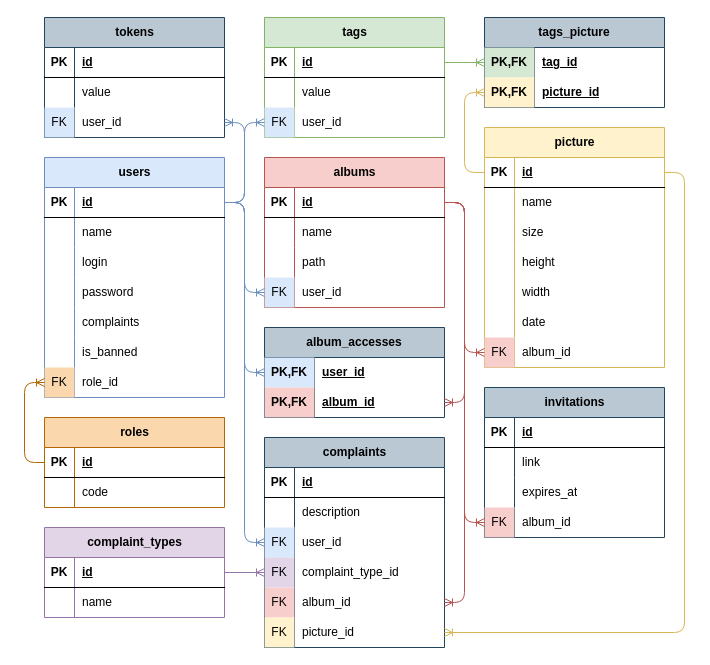
The draw.io diagram page "Логич" (2 of 4) of docs/Модели БД.drawio in savayaqu/course-project-4, before the edit. Source tidied: cells renumbered, new cells numbered last; positions are measured from the earlier drawing's top-left corner, leaving out a move shared by most shapes. Both pictures are drawn from the tidied source at 100%, with x=0, y=0 at pixel (24, 17).
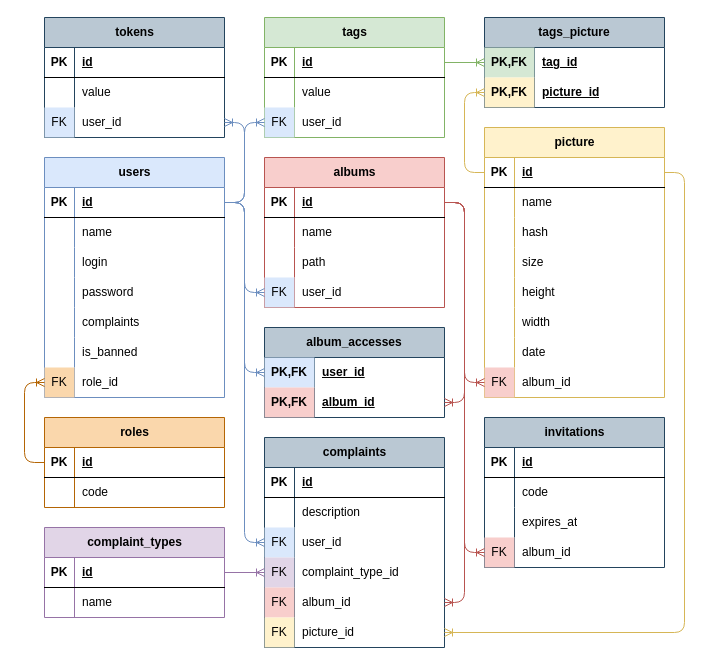
After the change.

Unchanged cells that the change refers to:
```xml
<mxCell id="63" style="shape=tableRow;horizontal=0;startSize=0;swimlaneHead=0;swimlaneBody=0;fillColor=none;points=[[0,0.5],[1,0.5]];portConstraint=eastwest;top=0;left=0;right=0;bottom=1;labelBackgroundColor=none;" parent="62" vertex="1">
  <mxGeometry y="30" width="180" height="30" as="geometry" />
</mxCell>
<mxCell id="113" style="shape=tableRow;horizontal=0;startSize=0;swimlaneHead=0;swimlaneBody=0;fillColor=none;top=0;left=0;right=0;bottom=0;labelBackgroundColor=none;" parent="109" vertex="1">
  <mxGeometry y="60" width="180" height="30" as="geometry" />
</mxCell>
<mxCell id="119" style="shape=tableRow;horizontal=0;startSize=0;swimlaneHead=0;swimlaneBody=0;fillColor=none;points=[[0,0.5],[1,0.5]];portConstraint=eastwest;top=0;left=0;right=0;bottom=0;labelBackgroundColor=none;" parent="109" vertex="1">
  <mxGeometry y="120" width="180" height="30" as="geometry" />
</mxCell>
```

Diff of the diagram source:
```diff
@@
     <mxCell id="75" value="picture" style="shape=table;startSize=30;childLayout=tableLayout;rowLines=0;fontStyle=1;align=center;html=1;fillColor=#fff2cc;strokeColor=#d6b656;labelBackgroundColor=none;" parent="1" vertex="1">
-      <mxGeometry x="460" y="110" width="180" height="240" as="geometry" />
+      <mxGeometry x="460" y="110" width="180" height="270" as="geometry" />
     </mxCell>
@@
+    <mxCell id="153" style="shape=tableRow;horizontal=0;startSize=0;swimlaneHead=0;swimlaneBody=0;fillColor=none;top=0;left=0;right=0;bottom=0;labelBackgroundColor=none;" parent="75" vertex="1">
+      <mxGeometry y="90" width="180" height="30" as="geometry" />
+    </mxCell>
+    <mxCell id="154" style="shape=partialRectangle;fillColor=none;top=0;left=0;bottom=0;right=0;overflow=hidden;whiteSpace=wrap;html=1;labelBackgroundColor=none;" parent="153" vertex="1">
+      <mxGeometry width="30" height="30" as="geometry" />
+    </mxCell>
+    <mxCell id="155" value="hash" style="shape=partialRectangle;fillColor=none;top=0;left=0;bottom=0;right=0;align=left;spacingLeft=6;overflow=hidden;whiteSpace=wrap;html=1;labelBackgroundColor=none;" parent="153" vertex="1">
+      <mxGeometry x="30" width="150" height="30" as="geometry" />
+    </mxCell>
     <mxCell id="82" style="shape=tableRow;horizontal=0;startSize=0;swimlaneHead=0;swimlaneBody=0;fillColor=none;top=0;left=0;right=0;bottom=0;labelBackgroundColor=none;" parent="75" vertex="1">
-      <mxGeometry y="90" width="180" height="30" as="geometry" />
+      <mxGeometry y="120" width="180" height="30" as="geometry" />
     </mxCell>
@@
     <mxCell id="85" style="shape=tableRow;horizontal=0;startSize=0;swimlaneHead=0;swimlaneBody=0;fillColor=none;top=0;left=0;right=0;bottom=0;labelBackgroundColor=none;" parent="75" vertex="1">
-      <mxGeometry y="120" width="180" height="30" as="geometry" />
+      <mxGeometry y="150" width="180" height="30" as="geometry" />
     </mxCell>
@@
     <mxCell id="88" style="shape=tableRow;horizontal=0;startSize=0;swimlaneHead=0;swimlaneBody=0;fillColor=none;top=0;left=0;right=0;bottom=0;labelBackgroundColor=none;" parent="75" vertex="1">
-      <mxGeometry y="150" width="180" height="30" as="geometry" />
+      <mxGeometry y="180" width="180" height="30" as="geometry" />
     </mxCell>
@@
     <mxCell id="91" style="shape=tableRow;horizontal=0;startSize=0;swimlaneHead=0;swimlaneBody=0;fillColor=none;top=0;left=0;right=0;bottom=0;labelBackgroundColor=none;" parent="75" vertex="1">
-      <mxGeometry y="180" width="180" height="30" as="geometry" />
+      <mxGeometry y="210" width="180" height="30" as="geometry" />
     </mxCell>
@@
     <mxCell id="94" style="shape=tableRow;horizontal=0;startSize=0;swimlaneHead=0;swimlaneBody=0;fillColor=none;points=[[0,0.5],[1,0.5]];portConstraint=eastwest;top=0;left=0;right=0;bottom=0;labelBackgroundColor=none;" parent="75" vertex="1">
-      <mxGeometry y="210" width="180" height="30" as="geometry" />
+      <mxGeometry y="240" width="180" height="30" as="geometry" />
     </mxCell>
@@
     <mxCell id="109" value="invitations" style="shape=table;startSize=30;childLayout=tableLayout;rowLines=0;fontStyle=1;align=center;html=1;fillColor=#bac8d3;strokeColor=#23445d;labelBackgroundColor=none;" parent="1" vertex="1">
-      <mxGeometry x="460" y="370" width="180" height="150" as="geometry" />
+      <mxGeometry x="460" y="400" width="180" height="150" as="geometry" />
     </mxCell>
@@
-    <mxCell id="115" value="link" style="shape=partialRectangle;fillColor=none;top=0;left=0;bottom=0;right=0;align=left;spacingLeft=6;overflow=hidden;whiteSpace=wrap;html=1;labelBackgroundColor=none;" parent="113" vertex="1">
+    <mxCell id="115" value="code" style="shape=partialRectangle;fillColor=none;top=0;left=0;bottom=0;right=0;align=left;spacingLeft=6;overflow=hidden;whiteSpace=wrap;html=1;labelBackgroundColor=none;" parent="113" vertex="1">
       <mxGeometry x="30" width="150" height="30" as="geometry" />
     </mxCell>
@@
     <mxCell id="122" style="edgeStyle=orthogonalEdgeStyle;shape=connector;curved=0;rounded=1;jettySize=auto;html=1;strokeColor=#b85450;align=center;verticalAlign=middle;fontFamily=Helvetica;fontSize=11;fontColor=default;labelBackgroundColor=default;endArrow=ERoneToMany;endFill=0;fillColor=#f8cecc;" parent="1" edge="1" source="63" target="119">
       <mxGeometry relative="1" as="geometry">
         <Array as="points">
           <mxPoint x="440" y="185" />
-          <mxPoint x="440" y="505" />
+          <mxPoint x="440" y="535" />
         </Array>
       </mxGeometry>
     </mxCell>
```
